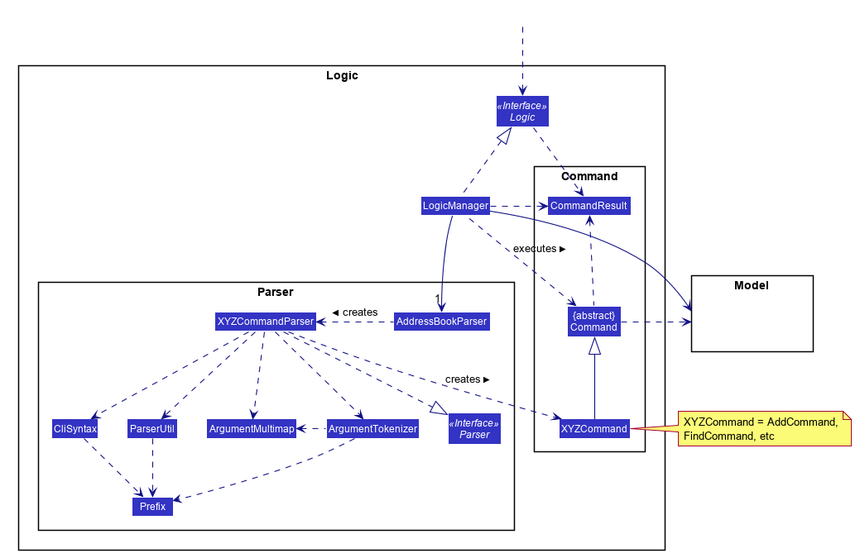
Above: docs/images/LogicClassDiagram.png in nus-cs2103-AY1920S2/addressbook-level3 (PlantUML), before the change.
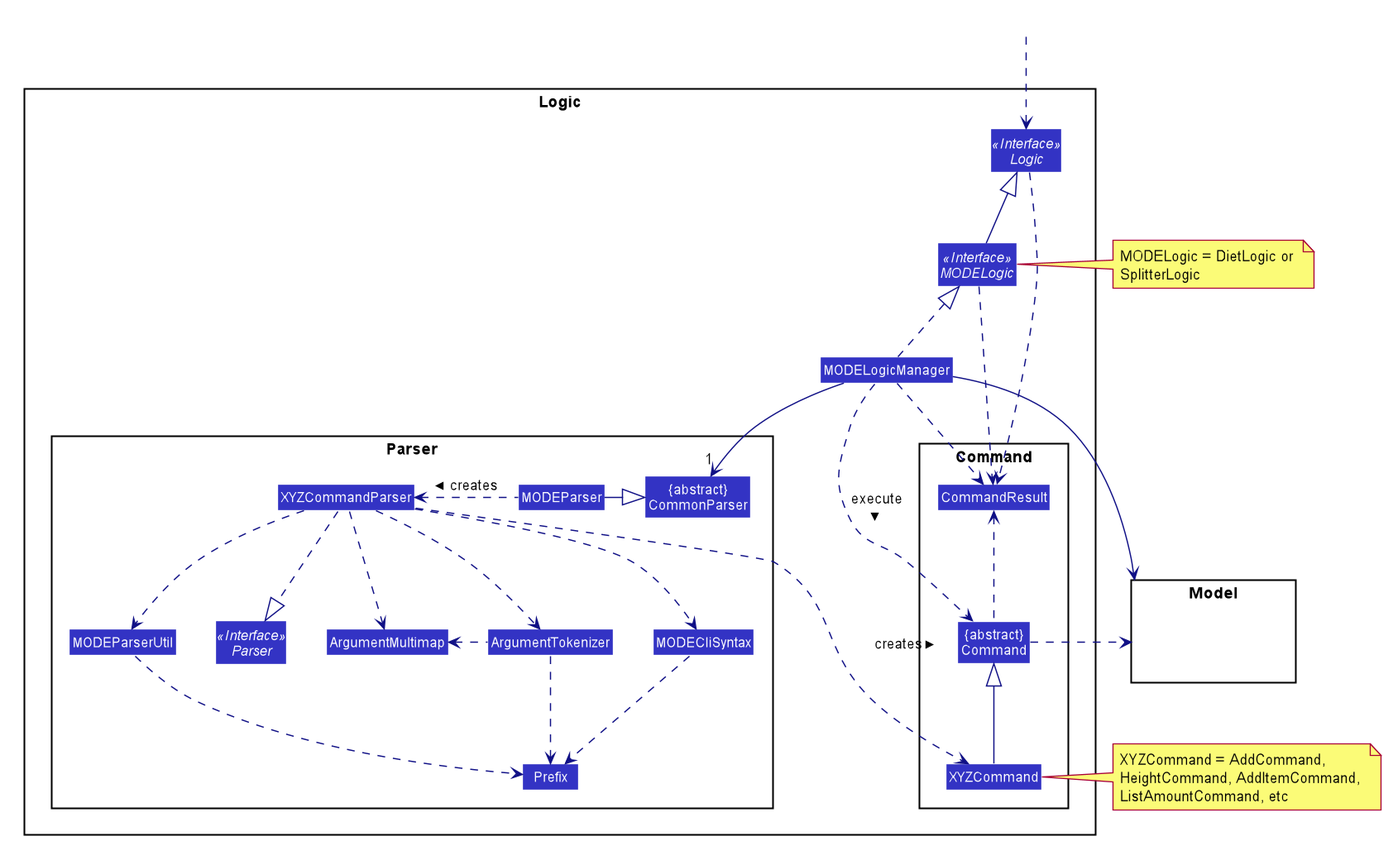
After the change.

Commit message:
Update Model, UI, Storage and Logic Diagram.

What changed in the source:
```diff
@@ -54,14 +54,15 @@
 package Logic {
 
 package Parser {
-Interface Parser <<Interface>>
-Class AddressBookParser
-Class XYZCommandParser
-Class CliSyntax
-Class ParserUtil
+Class "{abstract}\nCommonParser" as CommonParser
+Class Prefix
 Class ArgumentMultimap
 Class ArgumentTokenizer
-Class Prefix
+Interface Parser <<Interface>>
+Class XYZCommandParser
+Class MODEParserUtil
+Class MODEParser
+Class MODECliSyntax
 }
 
 package Command {
@@ -71,39 +72,47 @@
 }
 
 Interface Logic <<Interface>>
-Class LogicManager
+Interface MODELogic <<Interface>>
+Class MODELogicManager
 }
+
+MODELogic -up-|> Logic
+MODELogicManager .up.|> MODELogic
+MODELogicManager -->"1" CommonParser
+
+MODEParser -right-|> CommonParser
+MODEParser .left.> XYZCommandParser: creates >
+XYZCommandParser ..|> Parser
+XYZCommandParser ..> MODECliSyntax
+XYZCommandParser ..> MODEParserUtil
+XYZCommandParser ..> ArgumentMultimap
+XYZCommandParser ..> ArgumentTokenizer
+ArgumentTokenizer .left.> ArgumentMultimap
+MODECliSyntax ..> Prefix
+MODEParserUtil ..> Prefix
+ArgumentTokenizer ..> Prefix
+XYZCommandParser ..> XYZCommand: creates >
+
+ArgumentTokenizer .[hidden]left.> MODEParserUtil
+MODEParserUtil .[hidden]left.> MODECliSyntax
+
+Logic ..> CommandResult
+MODELogic ..> CommandResult
+MODELogicManager ..> CommandResult
+MODELogicManager ..> Command: execute >
+MODELogicManager --> Model
+
+XYZCommand -up-|> Command
+Command .up.> CommandResult
+Command .right.> Model
+note right of XYZCommand: XYZCommand = AddCommand, \nHeightCommand, AddItemCommand, \nListAmountCommand, etc
+note left of MODELogic: MODELogic = DietLogic or \nSplitterLogic
+
+Class HiddenOutside #FFFFFF
+HiddenOutside ..> Logic
 
 package Model{
 Class HiddenModel #FFFFFF
 }
 
-Class HiddenOutside #FFFFFF
-HiddenOutside ..> Logic
-
-LogicManager .up.|> Logic
-LogicManager -->"1" AddressBookParser
-AddressBookParser .left.> XYZCommandParser: creates >
-
-XYZCommandParser ..> XYZCommand : creates >
-XYZCommandParser ..|> Parser
-XYZCommandParser ..> ArgumentMultimap
-XYZCommandParser ..> ArgumentTokenizer
-ArgumentTokenizer .left.> ArgumentMultimap
-XYZCommandParser ..> CliSyntax
-CliSyntax ..> Prefix
-XYZCommandParser ..> ParserUtil
-ParserUtil .down.> Prefix
-ArgumentTokenizer .down.> Prefix
-XYZCommand -up-|> Command
-LogicManager .left.> Command : executes >
-
-LogicManager --> Model
-Command .right.> Model
-note right of XYZCommand: XYZCommand = AddCommand, \nFindCommand, etc
-
-Logic ..> CommandResult
-LogicManager .down.> CommandResult
-Command .up.> CommandResult
-CommandResult -[hidden]-> Parser
 @enduml
```
